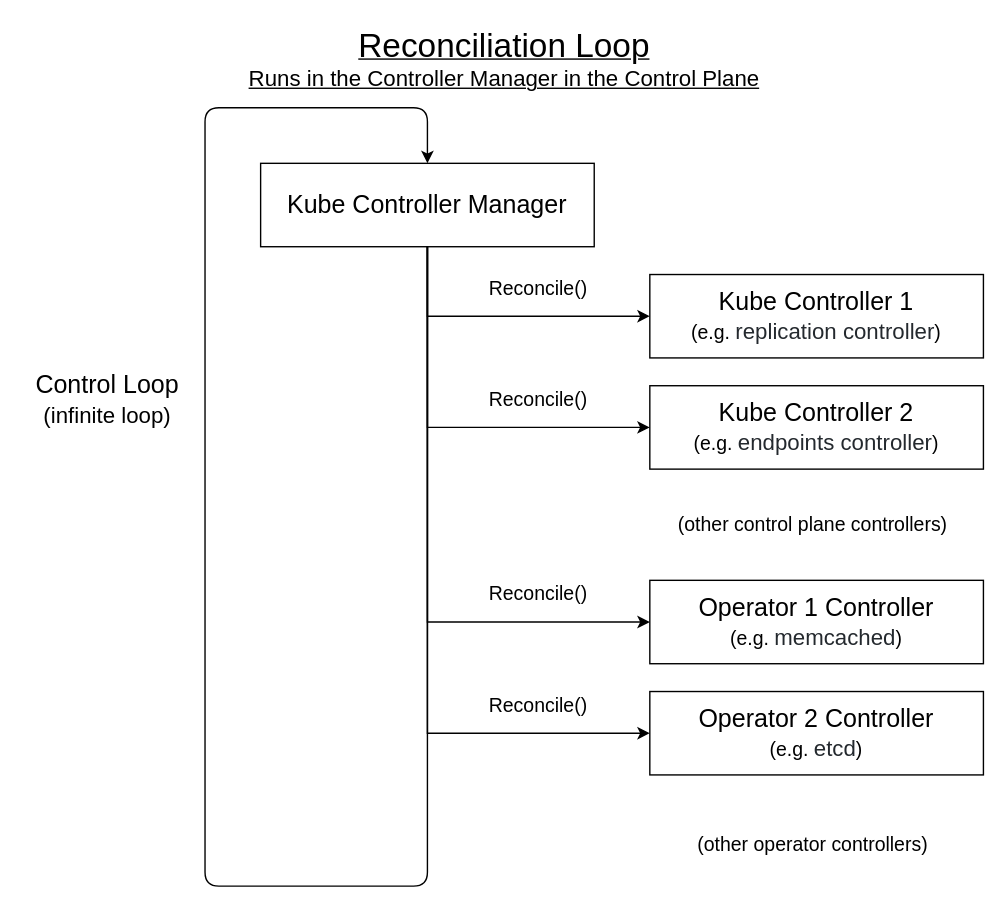
IBM/create-and-deploy-memcached-operator-using-go keeps this draw.io diagram as images/operator-reconciliation.drawio. Above is the earlier version. Source tidied: cells renumbered, new cells numbered last; positions are measured from the earlier drawing's top-left corner, leaving out a move shared by most shapes. Both pictures are drawn from the tidied source at 139%, with x=0, y=0 at pixel (24, 24).
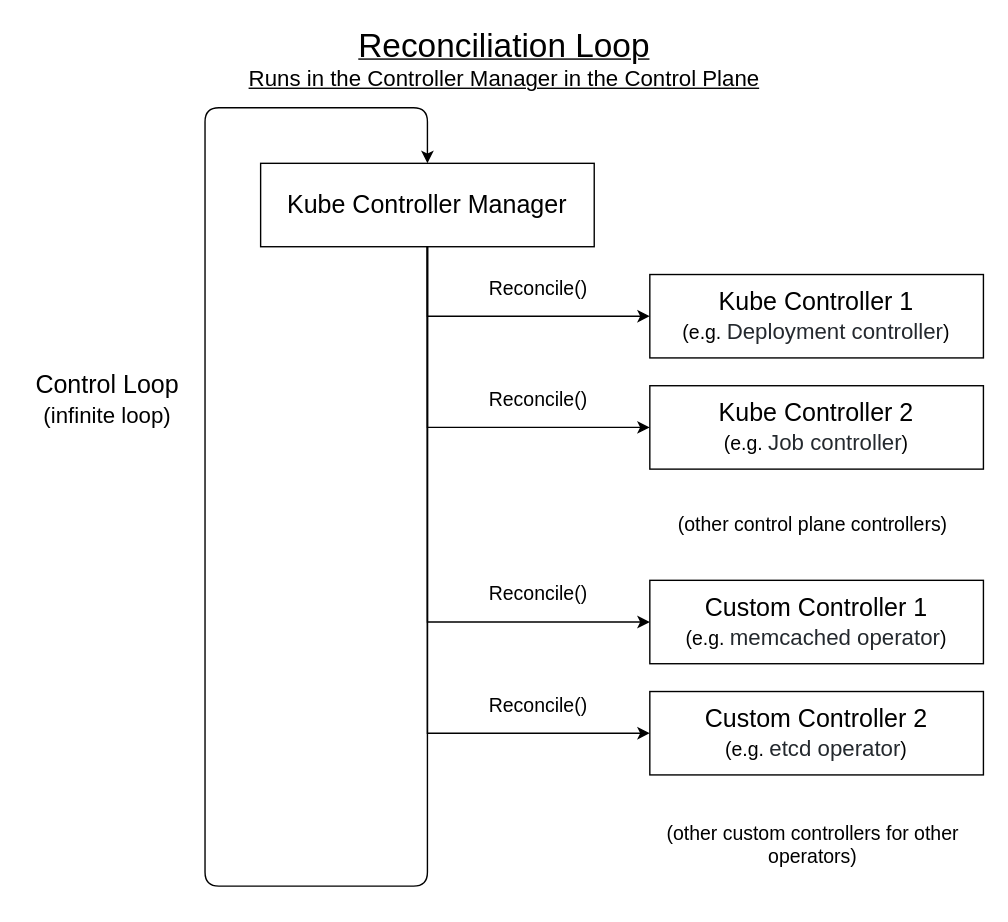
The same page after the edit.

Commit message (it also covers changes not shown here):
TT-ISV-org/planning#226: Improve diagrams

Diff of the diagram source:
```diff
@@
-    <mxCell id="3" value="&lt;font&gt;&lt;span style=&quot;font-size: 18px&quot;&gt;Kube Controller 1&lt;/span&gt;&lt;br&gt;&lt;font style=&quot;font-size: 14px&quot;&gt;(e.g.&amp;nbsp;&lt;span style=&quot;color: rgb(36 , 41 , 46) ; font-family: , , &amp;#34;segoe ui&amp;#34; , &amp;#34;helvetica&amp;#34; , &amp;#34;arial&amp;#34; , sans-serif , &amp;#34;apple color emoji&amp;#34; , &amp;#34;segoe ui emoji&amp;#34; ; font-size: 16px ; background-color: rgb(255 , 255 , 255)&quot;&gt;replication controller&lt;/span&gt;)&lt;/font&gt;&lt;br&gt;&lt;/font&gt;" style="rounded=0;whiteSpace=wrap;html=1;" parent="1" vertex="1">
+    <mxCell id="3" value="&lt;font&gt;&lt;span style=&quot;font-size: 18px&quot;&gt;Kube Controller 1&lt;/span&gt;&lt;br&gt;&lt;font style=&quot;font-size: 14px&quot;&gt;(e.g.&amp;nbsp;&lt;span style=&quot;color: rgb(36 , 41 , 46) ; font-family: , , &amp;#34;segoe ui&amp;#34; , &amp;#34;helvetica&amp;#34; , &amp;#34;arial&amp;#34; , sans-serif , &amp;#34;apple color emoji&amp;#34; , &amp;#34;segoe ui emoji&amp;#34; ; font-size: 16px ; background-color: rgb(255 , 255 , 255)&quot;&gt;Deployment controller&lt;/span&gt;)&lt;/font&gt;&lt;br&gt;&lt;/font&gt;" style="rounded=0;whiteSpace=wrap;html=1;" parent="1" vertex="1">
       <mxGeometry x="450" y="180" width="240" height="60" as="geometry" />
     </mxCell>
-    <mxCell id="4" value="&lt;font&gt;&lt;span style=&quot;font-size: 18px&quot;&gt;Kube Controller 2&lt;/span&gt;&lt;br&gt;&lt;font style=&quot;font-size: 14px&quot;&gt;(e.g.&amp;nbsp;&lt;span style=&quot;color: rgb(36 , 41 , 46) ; font-family: , , &amp;#34;segoe ui&amp;#34; , &amp;#34;helvetica&amp;#34; , &amp;#34;arial&amp;#34; , sans-serif , &amp;#34;apple color emoji&amp;#34; , &amp;#34;segoe ui emoji&amp;#34; ; font-size: 16px ; background-color: rgb(255 , 255 , 255)&quot;&gt;endpoints&lt;/span&gt;&lt;span style=&quot;color: rgb(36 , 41 , 46) ; font-family: , , &amp;#34;segoe ui&amp;#34; , &amp;#34;helvetica&amp;#34; , &amp;#34;arial&amp;#34; , sans-serif , &amp;#34;apple color emoji&amp;#34; , &amp;#34;segoe ui emoji&amp;#34; ; font-size: 16px ; background-color: rgb(255 , 255 , 255)&quot;&gt;&amp;nbsp;controller&lt;/span&gt;)&lt;/font&gt;&lt;br&gt;&lt;/font&gt;" style="rounded=0;whiteSpace=wrap;html=1;" parent="1" vertex="1">
+    <mxCell id="4" value="&lt;font&gt;&lt;span style=&quot;font-size: 18px&quot;&gt;Kube Controller 2&lt;/span&gt;&lt;br&gt;&lt;font style=&quot;font-size: 14px&quot;&gt;(e.g.&amp;nbsp;&lt;span style=&quot;color: rgb(36 , 41 , 46) ; font-family: , , &amp;#34;segoe ui&amp;#34; , &amp;#34;helvetica&amp;#34; , &amp;#34;arial&amp;#34; , sans-serif , &amp;#34;apple color emoji&amp;#34; , &amp;#34;segoe ui emoji&amp;#34; ; font-size: 16px ; background-color: rgb(255 , 255 , 255)&quot;&gt;Job&lt;/span&gt;&lt;span style=&quot;color: rgb(36 , 41 , 46) ; font-family: , , &amp;#34;segoe ui&amp;#34; , &amp;#34;helvetica&amp;#34; , &amp;#34;arial&amp;#34; , sans-serif , &amp;#34;apple color emoji&amp;#34; , &amp;#34;segoe ui emoji&amp;#34; ; font-size: 16px ; background-color: rgb(255 , 255 , 255)&quot;&gt;&amp;nbsp;controller&lt;/span&gt;)&lt;/font&gt;&lt;br&gt;&lt;/font&gt;" style="rounded=0;whiteSpace=wrap;html=1;" parent="1" vertex="1">
       <mxGeometry x="450" y="260" width="240" height="60" as="geometry" />
     </mxCell>
-    <mxCell id="5" value="&lt;font&gt;&lt;span style=&quot;font-size: 18px&quot;&gt;Operator 1 Controller&lt;/span&gt;&lt;br&gt;&lt;font style=&quot;font-size: 14px&quot;&gt;(e.g. &lt;/font&gt;&lt;font&gt;&lt;font color=&quot;#24292e&quot;&gt;&lt;span style=&quot;font-size: 16px ; background-color: rgb(255 , 255 , 255)&quot;&gt;memcached&lt;/span&gt;&lt;/font&gt;&lt;span style=&quot;font-size: 14px&quot;&gt;)&lt;/span&gt;&lt;/font&gt;&lt;br&gt;&lt;/font&gt;" style="rounded=0;whiteSpace=wrap;html=1;" parent="1" vertex="1">
+    <mxCell id="5" value="&lt;font&gt;&lt;span style=&quot;font-size: 18px&quot;&gt;Custom Controller 1&lt;/span&gt;&lt;br&gt;&lt;font style=&quot;font-size: 14px&quot;&gt;(e.g. &lt;/font&gt;&lt;font&gt;&lt;font color=&quot;#24292e&quot;&gt;&lt;span style=&quot;font-size: 16px ; background-color: rgb(255 , 255 , 255)&quot;&gt;memcached operator&lt;/span&gt;&lt;/font&gt;&lt;span style=&quot;font-size: 14px&quot;&gt;)&lt;/span&gt;&lt;/font&gt;&lt;br&gt;&lt;/font&gt;" style="rounded=0;whiteSpace=wrap;html=1;" parent="1" vertex="1">
       <mxGeometry x="450" y="400" width="240" height="60" as="geometry" />
     </mxCell>
-    <mxCell id="6" value="&lt;font&gt;&lt;span style=&quot;font-size: 18px&quot;&gt;Operator 2 Controller&lt;/span&gt;&lt;br&gt;&lt;font style=&quot;font-size: 14px&quot;&gt;(e.g. &lt;/font&gt;&lt;font&gt;&lt;font color=&quot;#24292e&quot;&gt;&lt;span style=&quot;font-size: 16px ; background-color: rgb(255 , 255 , 255)&quot;&gt;etcd&lt;/span&gt;&lt;/font&gt;&lt;span style=&quot;font-size: 14px&quot;&gt;)&lt;/span&gt;&lt;/font&gt;&lt;br&gt;&lt;/font&gt;" style="rounded=0;whiteSpace=wrap;html=1;" parent="1" vertex="1">
+    <mxCell id="6" value="&lt;font&gt;&lt;span style=&quot;font-size: 18px&quot;&gt;Custom Controller 2&lt;/span&gt;&lt;br&gt;&lt;font style=&quot;font-size: 14px&quot;&gt;(e.g. &lt;/font&gt;&lt;font&gt;&lt;font color=&quot;#24292e&quot;&gt;&lt;span style=&quot;font-size: 16px ; background-color: rgb(255 , 255 , 255)&quot;&gt;etcd operator&lt;/span&gt;&lt;/font&gt;&lt;span style=&quot;font-size: 14px&quot;&gt;)&lt;/span&gt;&lt;/font&gt;&lt;br&gt;&lt;/font&gt;" style="rounded=0;whiteSpace=wrap;html=1;" parent="1" vertex="1">
       <mxGeometry x="450" y="480" width="240" height="60" as="geometry" />
     </mxCell>
@@
-    <mxCell id="12" value="&lt;font style=&quot;font-size: 14px&quot;&gt;(other operator controllers)&lt;/font&gt;" style="text;html=1;strokeColor=none;fillColor=none;align=center;verticalAlign=middle;whiteSpace=wrap;rounded=0;dashed=1;" parent="1" vertex="1">
-      <mxGeometry x="450" y="580" width="235" height="20" as="geometry" />
+    <mxCell id="12" value="&lt;font style=&quot;font-size: 14px&quot;&gt;(other custom controllers for other operators)&lt;/font&gt;" style="text;html=1;strokeColor=none;fillColor=none;align=center;verticalAlign=middle;whiteSpace=wrap;rounded=0;dashed=1;" parent="1" vertex="1">
+      <mxGeometry x="450" y="570" width="235" height="40" as="geometry" />
     </mxCell>
```
